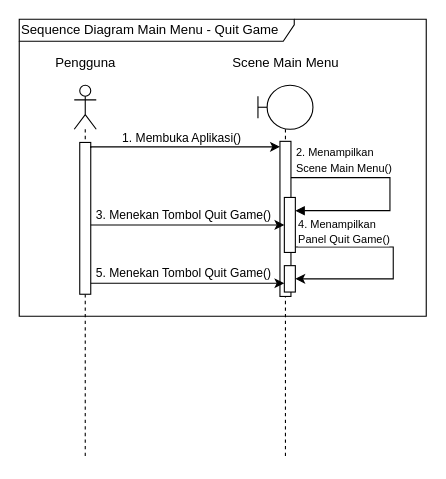
This is skripsi/skripsi/gambar/BAB III/Sequence Diagram/Sequence Diagram Main Menu - Quit Game.drawio from hako-975/UNPAM-File, a draw.io file, before an edit. Source tidied: cells renumbered, new cells numbered last; positions are measured from the earlier drawing's top-left corner, leaving out a move shared by most shapes. Both pictures are drawn from the tidied source at 110%, with x=0, y=0 at pixel (19, 19).
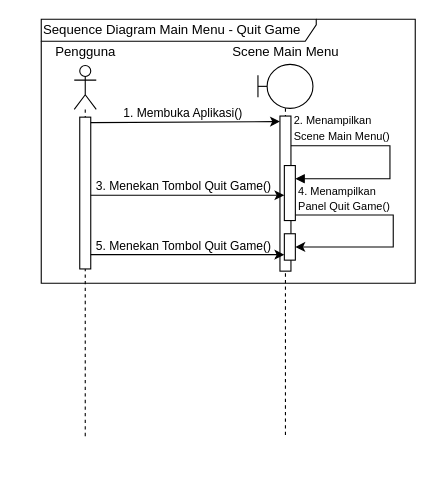
After the change.

Change to the diagram source:
```diff
@@
     <mxCell id="2" value="&lt;div&gt;&lt;/div&gt;" style="shape=umlLifeline;perimeter=lifelinePerimeter;whiteSpace=wrap;html=1;newEdgeStyle={&quot;curved&quot;:0,&quot;rounded&quot;:0};participant=umlActor;size=40;" parent="1" vertex="1">
-      <mxGeometry x="50" y="60" width="20" height="340" as="geometry" />
+      <mxGeometry x="50" y="42" width="20" height="340" as="geometry" />
     </mxCell>
     <mxCell id="3" style="html=1;points=[[0,0,0,0,5],[0,1,0,0,-5],[1,0,0,0,5],[1,1,0,0,-5]];perimeter=orthogonalPerimeter;outlineConnect=0;targetShapes=umlLifeline;portConstraint=eastwest;newEdgeStyle={&quot;curved&quot;:0,&quot;rounded&quot;:0};" parent="2" vertex="1">
-      <mxGeometry x="5" y="52" width="10" height="138" as="geometry" />
+      <mxGeometry x="5" y="47" width="10" height="138" as="geometry" />
     </mxCell>
     <mxCell id="4" value="&lt;div&gt;Pengguna&lt;/div&gt;" style="text;html=1;align=center;verticalAlign=middle;strokeColor=none;fillColor=none;" parent="1" vertex="1">
-      <mxGeometry x="20" y="25" width="80" height="30" as="geometry" />
+      <mxGeometry x="20" y="15" width="80" height="30" as="geometry" />
     </mxCell>
     <mxCell id="5" value="Sequence Diagram Main Menu - Quit Game" style="shape=umlFrame;whiteSpace=wrap;html=1;width=250;height=20;align=left;" parent="1" vertex="1">
-      <mxGeometry width="370" height="270" as="geometry" />
+      <mxGeometry x="20" width="340" height="240" as="geometry" />
     </mxCell>
     <mxCell id="6" style="shape=umlLifeline;perimeter=lifelinePerimeter;whiteSpace=wrap;html=1;newEdgeStyle={&quot;curved&quot;:0,&quot;rounded&quot;:0};participant=umlBoundary;" parent="1" vertex="1">
-      <mxGeometry x="217" y="60" width="50" height="339" as="geometry" />
+      <mxGeometry x="217" y="41" width="50" height="339" as="geometry" />
     </mxCell>
     <mxCell id="7" style="html=1;points=[[0,0,0,0,5],[0,1,0,0,-5],[1,0,0,0,5],[1,1,0,0,-5]];perimeter=orthogonalPerimeter;outlineConnect=0;targetShapes=umlLifeline;portConstraint=eastwest;newEdgeStyle={&quot;curved&quot;:0,&quot;rounded&quot;:0};" parent="6" vertex="1">
-      <mxGeometry x="20" y="51" width="10" height="141" as="geometry" />
+      <mxGeometry x="20" y="47" width="10" height="141" as="geometry" />
     </mxCell>
     <mxCell id="8" style="html=1;align=left;spacingLeft=2;endArrow=block;rounded=0;edgeStyle=orthogonalEdgeStyle;curved=0;rounded=0;" parent="6" edge="1" source="7" target="10">
       <mxGeometry x="-1" y="22" relative="1" as="geometry">
         <Array as="points">
-          <mxPoint x="120" y="84" />
-          <mxPoint x="120" y="114" />
+          <mxPoint x="120" y="74" />
+          <mxPoint x="120" y="104" />
         </Array>
       </mxGeometry>
     </mxCell>
     <mxCell id="9" style="edgeStyle=orthogonalEdgeStyle;rounded=0;jettySize=auto;html=1;curved=0;exitX=1;exitY=1;exitDx=0;exitDy=-5;exitPerimeter=0;" parent="6" edge="1" source="10" target="11">
       <mxGeometry relative="1" as="geometry">
         <Array as="points">
-          <mxPoint x="123" y="147" />
-          <mxPoint x="123" y="176" />
+          <mxPoint x="123" y="137" />
+          <mxPoint x="123" y="166" />
         </Array>
       </mxGeometry>
     </mxCell>
     <mxCell id="10" style="html=1;points=[[0,0,0,0,5],[0,1,0,0,-5],[1,0,0,0,5],[1,1,0,0,-5]];perimeter=orthogonalPerimeter;outlineConnect=0;targetShapes=umlLifeline;portConstraint=eastwest;newEdgeStyle={&quot;curved&quot;:0,&quot;rounded&quot;:0};" parent="6" vertex="1">
-      <mxGeometry x="24" y="102" width="10" height="50" as="geometry" />
+      <mxGeometry x="24" y="92" width="10" height="50" as="geometry" />
     </mxCell>
     <mxCell id="11" style="html=1;points=[[0,0,0,0,5],[0,1,0,0,-5],[1,0,0,0,5],[1,1,0,0,-5]];perimeter=orthogonalPerimeter;outlineConnect=0;targetShapes=umlLifeline;portConstraint=eastwest;newEdgeStyle={&quot;curved&quot;:0,&quot;rounded&quot;:0};" parent="6" vertex="1">
-      <mxGeometry x="24" y="164" width="10" height="24" as="geometry" />
+      <mxGeometry x="24" y="154" width="10" height="24" as="geometry" />
     </mxCell>
     <mxCell id="12" value="&lt;div&gt;Scene Main Menu&lt;/div&gt;" style="text;html=1;align=center;verticalAlign=middle;strokeColor=none;fillColor=none;" parent="1" vertex="1">
-      <mxGeometry x="182" y="25" width="120" height="30" as="geometry" />
+      <mxGeometry x="182" y="15" width="120" height="30" as="geometry" />
     </mxCell>
-    <mxCell id="13" style="edgeStyle=orthogonalEdgeStyle;rounded=0;jettySize=auto;html=1;curved=0;entryX=0;entryY=0;entryDx=0;entryDy=5;entryPerimeter=0;exitX=1;exitY=0;exitDx=0;exitDy=5;exitPerimeter=0;" parent="1" edge="1" source="3" target="7">
-      <mxGeometry relative="1" as="geometry">
-        <Array as="points">
-          <mxPoint x="65" y="116" />
-        </Array>
-      </mxGeometry>
+    <mxCell id="13" style="rounded=0;jettySize=auto;html=1;entryX=0;entryY=0;entryDx=0;entryDy=5;entryPerimeter=0;exitX=1;exitY=0;exitDx=0;exitDy=5;exitPerimeter=0;" parent="1" edge="1" source="3" target="7">
+      <mxGeometry relative="1" as="geometry" />
     </mxCell>
@@
     <mxCell id="15" value="&lt;span style=&quot;font-size: 10px;&quot;&gt;2. Menampilkan&amp;nbsp;&lt;/span&gt;&lt;div&gt;&lt;span style=&quot;font-size: 10px;&quot;&gt;Scene&amp;nbsp;&lt;/span&gt;&lt;span style=&quot;font-size: 10px;&quot;&gt;Main Menu()&lt;/span&gt;&lt;/div&gt;" style="edgeLabel;html=1;align=left;verticalAlign=middle;" parent="13" vertex="1">
       <mxGeometry x="-0.33" y="1" relative="1" as="geometry">
-        <mxPoint x="128" y="12" as="offset" />
+        <mxPoint x="125" y="6" as="offset" />
       </mxGeometry>
     </mxCell>
-    <mxCell id="16" style="edgeStyle=orthogonalEdgeStyle;rounded=0;jettySize=auto;html=1;curved=0;" parent="1" edge="1" source="3" target="10">
+    <mxCell id="16" style="rounded=0;orthogonalLoop=1;jettySize=auto;html=1;" parent="1" edge="1">
       <mxGeometry relative="1" as="geometry">
-        <Array as="points">
-          <mxPoint x="110" y="187" />
-          <mxPoint x="110" y="187" />
-        </Array>
+        <mxPoint x="65" y="160" as="sourcePoint" />
+        <mxPoint x="241" y="160" as="targetPoint" />
       </mxGeometry>
     </mxCell>
     <mxCell id="17" value="3. Menekan Tombol Quit Game()" style="edgeLabel;html=1;align=left;verticalAlign=middle;" parent="1" vertex="1">
-      <mxGeometry x="68" y="177" as="geometry" />
+      <mxGeometry x="68" y="151" as="geometry" />
     </mxCell>
     <mxCell id="18" value="&lt;span style=&quot;font-size: 10px;&quot;&gt;4. Menampilkan&amp;nbsp;&lt;/span&gt;&lt;div&gt;&lt;span style=&quot;font-size: 10px;&quot;&gt;Panel Quit Game()&lt;/span&gt;&lt;/div&gt;" style="edgeLabel;html=1;align=left;verticalAlign=middle;" parent="1" vertex="1">
-      <mxGeometry x="252" y="192" as="geometry" />
+      <mxGeometry x="252" y="162" as="geometry" />
     </mxCell>
-    <mxCell id="19" style="edgeStyle=orthogonalEdgeStyle;rounded=0;jettySize=auto;html=1;curved=0;" parent="1" edge="1" source="3" target="11">
+    <mxCell id="19" style="rounded=0;orthogonalLoop=1;jettySize=auto;html=1;" parent="1" edge="1">
       <mxGeometry relative="1" as="geometry">
-        <Array as="points">
-          <mxPoint x="200" y="240" />
-          <mxPoint x="200" y="240" />
-        </Array>
+        <mxPoint x="65" y="214" as="sourcePoint" />
+        <mxPoint x="241" y="214" as="targetPoint" />
       </mxGeometry>
     </mxCell>
     <mxCell id="20" value="5. Menekan Tombol Quit Game()" style="edgeLabel;html=1;align=left;verticalAlign=middle;" parent="1" vertex="1">
-      <mxGeometry x="68" y="230" as="geometry" />
+      <mxGeometry x="68" y="205" as="geometry" />
     </mxCell>
```
